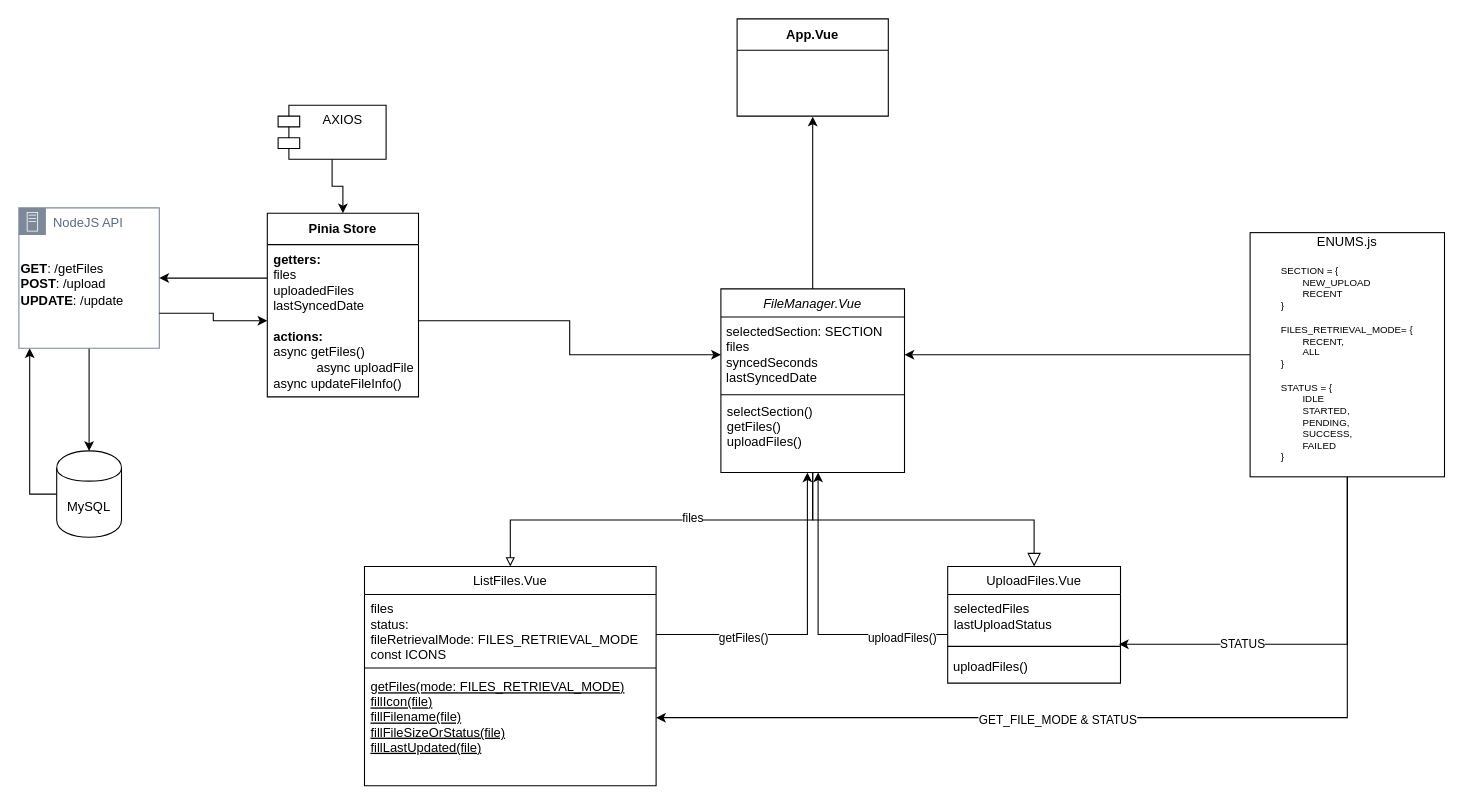
hishamfangs/frontend keeps this draw.io diagram as Untitled Diagram.drawio. Above is the earlier version. Source tidied: cells renumbered, new cells numbered last; positions are measured from the earlier drawing's top-left corner, leaving out a move shared by most shapes. Both pictures are drawn from the tidied source at 108%, with x=0, y=0 at pixel (18, 18).
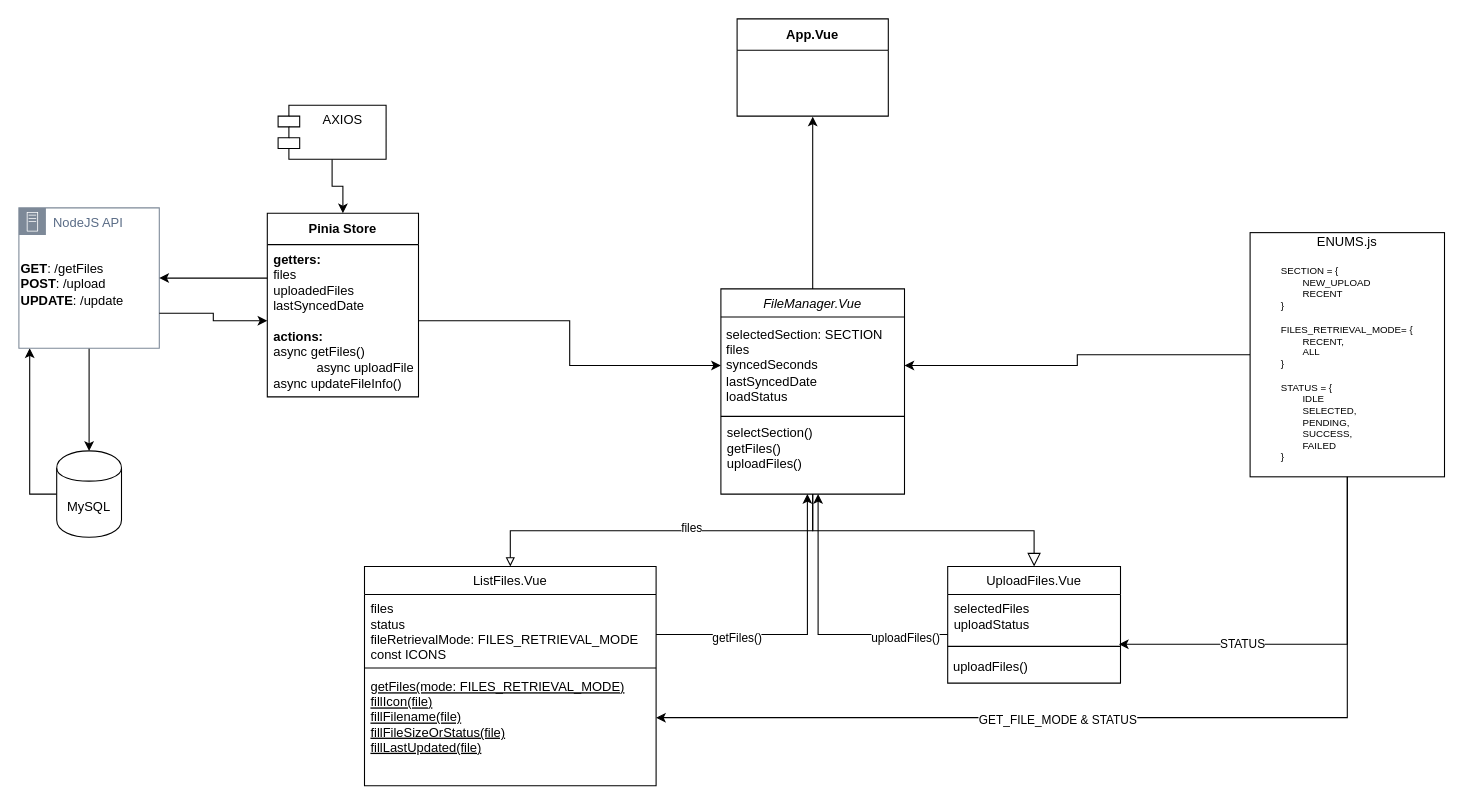
The same diagram, later.

The change refers to these unchanged cells:
```xml
<mxCell id="6" value="ListFiles.Vue" style="swimlane;fontStyle=0;align=center;verticalAlign=top;horizontal=1;startSize=26;rounded=0;shadow=0;strokeWidth=1;" parent="1" vertex="1">
  <mxGeometry x="320" y="507" width="270" height="203" as="geometry" />
</mxCell>
<mxCell id="12" value="UploadFiles.Vue" style="swimlane;fontStyle=0;align=center;verticalAlign=top;horizontal=1;startSize=26;rounded=0;shadow=0;strokeWidth=1;" parent="1" vertex="1">
  <mxGeometry x="860" y="507" width="160" height="108" as="geometry" />
</mxCell>
```

Diff of the diagram source:
```diff
@@
     <mxCell id="2" value="FileManager.Vue&#10;&#10;" style="swimlane;fontStyle=2;align=center;verticalAlign=top;horizontal=1;startSize=26;rounded=0;shadow=0;strokeWidth=1;" parent="1" vertex="1">
-      <mxGeometry x="650" y="250" width="170" height="170" as="geometry" />
+      <mxGeometry x="650" y="250" width="170" height="190" as="geometry" />
     </mxCell>
-    <mxCell id="3" value="&amp;nbsp;selectedSection: SECTION&lt;div&gt;&amp;nbsp;files&lt;/div&gt;&lt;div&gt;&amp;nbsp;syncedSeconds&lt;/div&gt;&lt;div&gt;&amp;nbsp;lastSyncedDate&lt;/div&gt;" style="text;html=1;align=left;verticalAlign=middle;points=[];strokeColor=none;fillColor=none;" parent="2" vertex="1">
-      <mxGeometry y="26" width="170" height="70" as="geometry" />
+    <mxCell id="3" value="&amp;nbsp;selectedSection: SECTION&lt;div&gt;&amp;nbsp;files&lt;/div&gt;&lt;div&gt;&amp;nbsp;syncedSeconds&lt;/div&gt;&lt;div&gt;&amp;nbsp;lastSyncedDate&lt;br&gt;&amp;nbsp;loadStatus&lt;br&gt;&lt;/div&gt;" style="text;html=1;align=left;verticalAlign=middle;points=[];strokeColor=none;fillColor=none;" parent="2" vertex="1">
+      <mxGeometry y="26" width="170" height="90" as="geometry" />
     </mxCell>
     <mxCell id="4" value="&lt;div&gt;&lt;br&gt;&lt;/div&gt;" style="line;html=1;strokeWidth=1;align=left;verticalAlign=middle;spacingTop=-1;spacingLeft=3;spacingRight=3;labelPosition=right;" parent="2" vertex="1">
-      <mxGeometry y="96" width="170" height="4" as="geometry" />
+      <mxGeometry y="116" width="170" height="4" as="geometry" />
     </mxCell>
     <mxCell id="5" value="selectSection()&#10;getFiles()&#10;uploadFiles()&#10;" style="text;align=left;verticalAlign=top;spacingLeft=4;spacingRight=4;overflow=hidden;points=[[0,0.5],[1,0.5]];portConstraint=eastwest;" parent="2" vertex="1">
-      <mxGeometry y="100" width="170" height="70" as="geometry" />
+      <mxGeometry y="120" width="170" height="70" as="geometry" />
     </mxCell>
@@
-    <mxCell id="7" value="files&#10;status: &#10;fileRetrievalMode: FILES_RETRIEVAL_MODE&#10;const ICONS" style="text;align=left;verticalAlign=top;spacingLeft=4;spacingRight=4;overflow=hidden;points=[[0,0.5],[1,0.5]];portConstraint=eastwest;" parent="6" vertex="1">
+    <mxCell id="7" value="files&#10;status&#10;fileRetrievalMode: FILES_RETRIEVAL_MODE&#10;const ICONS" style="text;align=left;verticalAlign=top;spacingLeft=4;spacingRight=4;overflow=hidden;points=[[0,0.5],[1,0.5]];portConstraint=eastwest;" parent="6" vertex="1">
       <mxGeometry y="26" width="270" height="64" as="geometry" />
     </mxCell>
@@
-    <mxCell id="13" value="selectedFiles&#10;lastUploadStatus" style="text;align=left;verticalAlign=top;spacingLeft=4;spacingRight=4;overflow=hidden;points=[[0,0.5],[1,0.5]];portConstraint=eastwest;" parent="12" vertex="1">
+    <mxCell id="13" value="selectedFiles&#10;uploadStatus" style="text;align=left;verticalAlign=top;spacingLeft=4;spacingRight=4;overflow=hidden;points=[[0,0.5],[1,0.5]];portConstraint=eastwest;" parent="12" vertex="1">
       <mxGeometry y="26" width="160" height="44" as="geometry" />
     </mxCell>
@@
-    <mxCell id="35" value="ENUMS.js&lt;br&gt;&lt;br&gt;&lt;div style=&quot;text-align: left; font-size: 9px;&quot;&gt;SECTION = {&lt;br&gt;&lt;span style=&quot;white-space: pre;&quot;&gt;&#9;&lt;/span&gt;NEW_UPLOAD&lt;br&gt;&lt;span style=&quot;white-space: pre;&quot;&gt;&#9;&lt;/span&gt;RECENT&lt;br&gt;}&lt;br&gt;&lt;br&gt;FILES_RETRIEVAL_MODE= {&lt;br&gt;&lt;span style=&quot;white-space: pre;&quot;&gt;&#9;&lt;/span&gt;RECENT,&lt;br&gt;&lt;span style=&quot;white-space: pre;&quot;&gt;&#9;&lt;/span&gt;ALL&lt;br&gt;}&lt;br&gt;&lt;br&gt;STATUS = {&lt;br&gt;&lt;span style=&quot;white-space: pre;&quot;&gt;&#9;&lt;/span&gt;IDLE&lt;br&gt;&lt;span style=&quot;white-space: pre;&quot;&gt;&#9;&lt;/span&gt;STARTED,&lt;br&gt;&lt;span style=&quot;white-space: pre;&quot;&gt;&#9;&lt;/span&gt;PENDING,&lt;br&gt;&lt;span style=&quot;white-space: pre;&quot;&gt;&#9;&lt;/span&gt;SUCCESS,&lt;br&gt;&lt;span style=&quot;white-space: pre;&quot;&gt;&#9;&lt;/span&gt;FAILED&lt;br&gt;}&lt;br&gt;&lt;br&gt;&lt;/div&gt;" style="rounded=0;whiteSpace=wrap;html=1;" parent="1" vertex="1">
+    <mxCell id="35" value="ENUMS.js&lt;br&gt;&lt;br&gt;&lt;div style=&quot;text-align: left; font-size: 9px;&quot;&gt;SECTION = {&lt;br&gt;&lt;span style=&quot;white-space: pre;&quot;&gt;&#9;&lt;/span&gt;NEW_UPLOAD&lt;br&gt;&lt;span style=&quot;white-space: pre;&quot;&gt;&#9;&lt;/span&gt;RECENT&lt;br&gt;}&lt;br&gt;&lt;br&gt;FILES_RETRIEVAL_MODE= {&lt;br&gt;&lt;span style=&quot;white-space: pre;&quot;&gt;&#9;&lt;/span&gt;RECENT,&lt;br&gt;&lt;span style=&quot;white-space: pre;&quot;&gt;&#9;&lt;/span&gt;ALL&lt;br&gt;}&lt;br&gt;&lt;br&gt;STATUS = {&lt;br&gt;&lt;span style=&quot;white-space: pre;&quot;&gt;&#9;&lt;/span&gt;IDLE&lt;br&gt;&lt;span style=&quot;white-space: pre;&quot;&gt;&#9;&lt;/span&gt;SELECTED,&lt;br&gt;&lt;span style=&quot;white-space: pre;&quot;&gt;&#9;&lt;/span&gt;PENDING,&lt;br&gt;&lt;span style=&quot;white-space: pre;&quot;&gt;&#9;&lt;/span&gt;SUCCESS,&lt;br&gt;&lt;span style=&quot;white-space: pre;&quot;&gt;&#9;&lt;/span&gt;FAILED&lt;br&gt;}&lt;br&gt;&lt;br&gt;&lt;/div&gt;" style="rounded=0;whiteSpace=wrap;html=1;" parent="1" vertex="1">
       <mxGeometry x="1140" y="197.9" width="180" height="226.1" as="geometry" />
     </mxCell>
```
